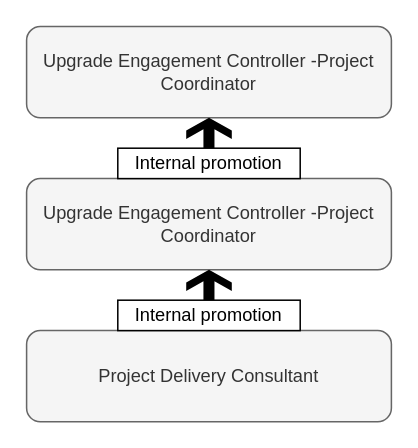
Earlier version of the draw.io diagram Untitled Diagram.drawio (GoswamiAbhinav/GoswamiAbhinav). Source tidied: cells renumbered, new cells numbered last; positions are measured from the earlier drawing's top-left corner, leaving out a move shared by most shapes. Both pictures are drawn from the tidied source at 152%, with x=0, y=0 at pixel (26, 26).
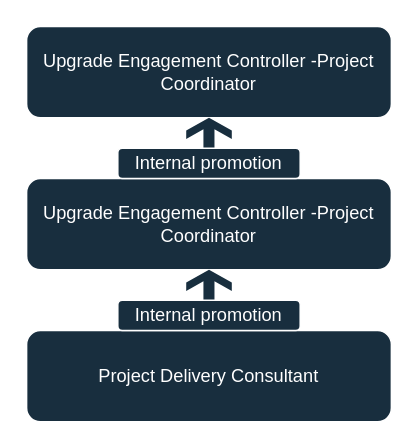
Above is the later version.

Change to the diagram source:
```diff
@@
 <mxGraphModel>
   <root>
     <mxCell id="0" />
     <mxCell id="1" parent="0" />
-    <mxCell id="2" value="&lt;p align=&quot;center&quot; class=&quot;MsoNormal&quot;&gt;&lt;span style=&quot;mso-spacerun:'yes';font-family:Calibri;mso-bidi-font-family:'Times New Roman';&lt;br/&gt;font-size:11.0000pt;mso-font-kerning:1.0000pt;&quot;&gt;Upgrade Engagement Controller -Project Coordinator&lt;/span&gt;&lt;span style=&quot;mso-spacerun:'yes';font-family:Calibri;mso-bidi-font-family:'Times New Roman';&lt;br/&gt;font-size:11.0000pt;mso-font-kerning:1.0000pt;&quot;&gt;&lt;/span&gt;&lt;/p&gt;" style="rounded=1;whiteSpace=wrap;html=1;fontSize=12;glass=0;strokeWidth=1;shadow=0;fillColor=#f5f5f5;fontColor=#333333;strokeColor=#666666;" parent="1" vertex="1">
+    <mxCell id="2" value="&lt;p align=&quot;center&quot; class=&quot;MsoNormal&quot;&gt;&lt;span style=&quot;mso-spacerun:'yes';font-family:Calibri;mso-bidi-font-family:'Times New Roman';&lt;br/&gt;font-size:11.0000pt;mso-font-kerning:1.0000pt;&quot;&gt;Upgrade Engagement Controller -Project Coordinator&lt;/span&gt;&lt;span style=&quot;mso-spacerun:'yes';font-family:Calibri;mso-bidi-font-family:'Times New Roman';&lt;br/&gt;font-size:11.0000pt;mso-font-kerning:1.0000pt;&quot;&gt;&lt;/span&gt;&lt;/p&gt;" style="rounded=1;whiteSpace=wrap;html=1;fontSize=12;glass=0;strokeWidth=1;shadow=0;labelBackgroundColor=none;fillColor=#182E3E;strokeColor=#FFFFFF;fontColor=#FFFFFF;" parent="1" vertex="1">
       <mxGeometry y="100" width="240" height="60" as="geometry" />
     </mxCell>
-    <mxCell id="3" value="&lt;p align=&quot;center&quot; class=&quot;MsoNormal&quot;&gt;&lt;span style=&quot;mso-spacerun:'yes';font-family:Calibri;mso-bidi-font-family:'Times New Roman';&lt;br/&gt;font-size:11.0000pt;mso-font-kerning:1.0000pt;&quot;&gt;Project Delivery Consultant&lt;/span&gt;&lt;span style=&quot;mso-spacerun:'yes';font-family:Calibri;mso-bidi-font-family:'Times New Roman';&lt;br/&gt;font-size:11.0000pt;mso-font-kerning:1.0000pt;&quot;&gt;&lt;/span&gt;&lt;/p&gt;" style="rounded=1;whiteSpace=wrap;html=1;fontSize=12;glass=0;strokeWidth=1;shadow=0;fillColor=#f5f5f5;fontColor=#333333;strokeColor=#666666;" parent="1" vertex="1">
+    <mxCell id="3" value="&lt;p align=&quot;center&quot; class=&quot;MsoNormal&quot;&gt;&lt;span style=&quot;mso-spacerun:'yes';font-family:Calibri;mso-bidi-font-family:'Times New Roman';&lt;br/&gt;font-size:11.0000pt;mso-font-kerning:1.0000pt;&quot;&gt;Project Delivery Consultant&lt;/span&gt;&lt;span style=&quot;mso-spacerun:'yes';font-family:Calibri;mso-bidi-font-family:'Times New Roman';&lt;br/&gt;font-size:11.0000pt;mso-font-kerning:1.0000pt;&quot;&gt;&lt;/span&gt;&lt;/p&gt;" style="rounded=1;whiteSpace=wrap;html=1;fontSize=12;glass=0;strokeWidth=1;shadow=0;labelBackgroundColor=none;fillColor=#182E3E;strokeColor=#FFFFFF;fontColor=#FFFFFF;" parent="1" vertex="1">
       <mxGeometry y="200" width="240" height="60" as="geometry" />
     </mxCell>
-    <mxCell id="4" style="shape=mxgraph.signs.travel.arrow_north;html=1;fillColor=#000000;strokeColor=none;verticalLabelPosition=bottom;verticalAlign=top;align=center;" parent="1" vertex="1">
+    <mxCell id="4" style="shape=mxgraph.signs.travel.arrow_north;html=1;strokeColor=none;verticalLabelPosition=bottom;verticalAlign=top;align=center;rounded=1;labelBackgroundColor=none;fillColor=#182E3E;fontColor=#FFFFFF;" parent="1" vertex="1">
       <mxGeometry x="105" y="160" width="30" height="20" as="geometry" />
     </mxCell>
-    <mxCell id="5" value="&lt;p align=&quot;center&quot; class=&quot;MsoNormal&quot;&gt;&lt;span style=&quot;mso-spacerun:'yes';font-family:Calibri;mso-bidi-font-family:'Times New Roman';&lt;br/&gt;font-size:11.0000pt;mso-font-kerning:1.0000pt;&quot;&gt;Internal promotion&lt;/span&gt;&lt;span style=&quot;mso-spacerun:'yes';font-family:Calibri;mso-bidi-font-family:'Times New Roman';&lt;br/&gt;font-size:11.0000pt;mso-font-kerning:1.0000pt;&quot;&gt;&lt;/span&gt;&lt;/p&gt;" style="rounded=0;whiteSpace=wrap;html=1;" parent="1" vertex="1">
+    <mxCell id="5" value="&lt;p align=&quot;center&quot; class=&quot;MsoNormal&quot;&gt;&lt;span style=&quot;mso-spacerun:'yes';font-family:Calibri;mso-bidi-font-family:'Times New Roman';&lt;br/&gt;font-size:11.0000pt;mso-font-kerning:1.0000pt;&quot;&gt;Internal promotion&lt;/span&gt;&lt;span style=&quot;mso-spacerun:'yes';font-family:Calibri;mso-bidi-font-family:'Times New Roman';&lt;br/&gt;font-size:11.0000pt;mso-font-kerning:1.0000pt;&quot;&gt;&lt;/span&gt;&lt;/p&gt;" style="rounded=1;whiteSpace=wrap;html=1;labelBackgroundColor=none;fillColor=#182E3E;strokeColor=#FFFFFF;fontColor=#FFFFFF;" parent="1" vertex="1">
       <mxGeometry x="60" y="180" width="120" height="20" as="geometry" />
     </mxCell>
-    <mxCell id="6" value="&lt;p align=&quot;center&quot; class=&quot;MsoNormal&quot;&gt;&lt;span style=&quot;mso-spacerun:'yes';font-family:Calibri;mso-bidi-font-family:'Times New Roman';&lt;br/&gt;font-size:11.0000pt;mso-font-kerning:1.0000pt;&quot;&gt;Upgrade Engagement Controller -Project Coordinator&lt;/span&gt;&lt;span style=&quot;mso-spacerun:'yes';font-family:Calibri;mso-bidi-font-family:'Times New Roman';&lt;br/&gt;font-size:11.0000pt;mso-font-kerning:1.0000pt;&quot;&gt;&lt;/span&gt;&lt;/p&gt;" style="rounded=1;whiteSpace=wrap;html=1;fontSize=12;glass=0;strokeWidth=1;shadow=0;fillColor=#f5f5f5;strokeColor=#666666;fontColor=#333333;" parent="1" vertex="1">
+    <mxCell id="6" value="&lt;p align=&quot;center&quot; class=&quot;MsoNormal&quot;&gt;&lt;span style=&quot;mso-spacerun:'yes';font-family:Calibri;mso-bidi-font-family:'Times New Roman';&lt;br/&gt;font-size:11.0000pt;mso-font-kerning:1.0000pt;&quot;&gt;Upgrade Engagement Controller -Project Coordinator&lt;/span&gt;&lt;span style=&quot;mso-spacerun:'yes';font-family:Calibri;mso-bidi-font-family:'Times New Roman';&lt;br/&gt;font-size:11.0000pt;mso-font-kerning:1.0000pt;&quot;&gt;&lt;/span&gt;&lt;/p&gt;" style="rounded=1;whiteSpace=wrap;html=1;fontSize=12;glass=0;strokeWidth=1;shadow=0;labelBackgroundColor=none;fillColor=#182E3E;strokeColor=#FFFFFF;fontColor=#FFFFFF;" parent="1" vertex="1">
       <mxGeometry width="240" height="60" as="geometry" />
     </mxCell>
-    <mxCell id="7" style="shape=mxgraph.signs.travel.arrow_north;html=1;fillColor=#000000;strokeColor=none;verticalLabelPosition=bottom;verticalAlign=top;align=center;" parent="1" vertex="1">
+    <mxCell id="7" style="shape=mxgraph.signs.travel.arrow_north;html=1;strokeColor=none;verticalLabelPosition=bottom;verticalAlign=top;align=center;rounded=1;labelBackgroundColor=none;fillColor=#182E3E;fontColor=#FFFFFF;" parent="1" vertex="1">
       <mxGeometry x="105" y="60" width="30" height="20" as="geometry" />
     </mxCell>
-    <mxCell id="8" value="&lt;p align=&quot;center&quot; class=&quot;MsoNormal&quot;&gt;&lt;span style=&quot;mso-spacerun:'yes';font-family:Calibri;mso-bidi-font-family:'Times New Roman';&lt;br/&gt;font-size:11.0000pt;mso-font-kerning:1.0000pt;&quot;&gt;Internal promotion&lt;/span&gt;&lt;span style=&quot;mso-spacerun:'yes';font-family:Calibri;mso-bidi-font-family:'Times New Roman';&lt;br/&gt;font-size:11.0000pt;mso-font-kerning:1.0000pt;&quot;&gt;&lt;/span&gt;&lt;/p&gt;" style="rounded=0;whiteSpace=wrap;html=1;" parent="1" vertex="1">
+    <mxCell id="8" value="&lt;p align=&quot;center&quot; class=&quot;MsoNormal&quot;&gt;&lt;span style=&quot;mso-spacerun:'yes';font-family:Calibri;mso-bidi-font-family:'Times New Roman';&lt;br/&gt;font-size:11.0000pt;mso-font-kerning:1.0000pt;&quot;&gt;Internal promotion&lt;/span&gt;&lt;span style=&quot;mso-spacerun:'yes';font-family:Calibri;mso-bidi-font-family:'Times New Roman';&lt;br/&gt;font-size:11.0000pt;mso-font-kerning:1.0000pt;&quot;&gt;&lt;/span&gt;&lt;/p&gt;" style="rounded=1;whiteSpace=wrap;html=1;labelBackgroundColor=none;fillColor=#182E3E;strokeColor=#FFFFFF;fontColor=#FFFFFF;" parent="1" vertex="1">
       <mxGeometry x="60" y="80" width="120" height="20" as="geometry" />
     </mxCell>
   </root>
 </mxGraphModel>
```
